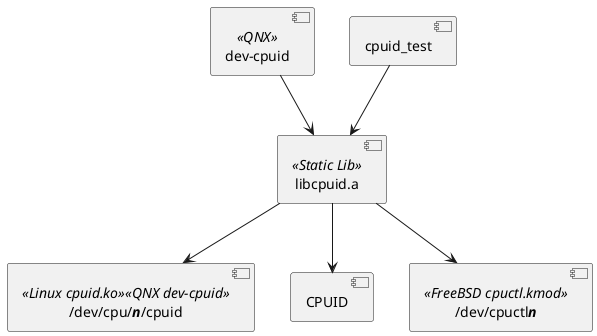
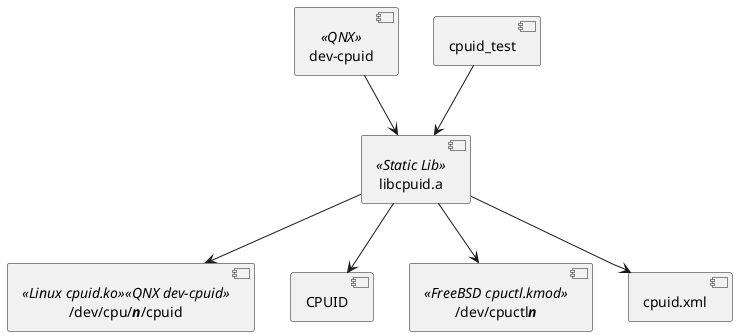
@startuml cpuid_component

component libcpuid.a as libcpuid <<Static Lib>>
component "/dev/cpu/**//n//**/cpuid" as linux <<Linux cpuid.ko>> <<QNX dev-cpuid>>
component "CPUID" as cpuid
component "/dev/cpuctl**//n//**" as freebsd <<FreeBSD cpuctl.kmod>>
+ component "cpuid.xml" as XML

libcpuid -d-> linux
libcpuid -d-> cpuid
libcpuid -d-> freebsd
+ libcpuid -d-> XML

component "dev-cpuid" as dev_cpuid <<QNX>>
component cpuid_test

cpuid_test -d-> libcpuid
dev_cpuid -d-> libcpuid

- @enduml+ @enduml
